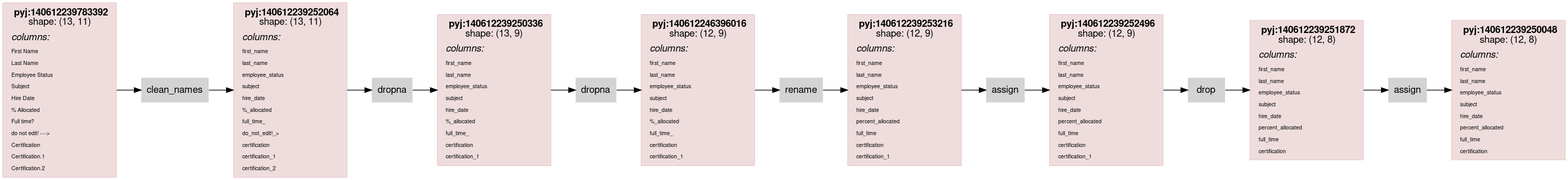
This is scripts/rdflog/dirty-clean.ttl.dot.png from asmirnov69/pyjviz-poc, a Graphviz export, as it was before one commit. Its source is kept beside it as scripts/rdflog/dirty-clean.ttl.dot. The source it was exported from:
```dot
    digraph G {
    rankdir = "LR"
    fontname="Helvetica,Arial,sans-serif"
    node [
      style=filled
      shape=rect
      pencolor="#00000044" // frames color
      fontname="Helvetica,Arial,sans-serif"
      shape=plaintext
    ]
    edge [fontname="Helvetica,Arial,sans-serif"]

node0_0 [
                color="#88000022"
                shape = rect
                label = <<table border="0" cellborder="0" cellspacing="0" cellpadding="4">
                         <tr> <td> <b>pyj:140612239783392</b><br/>shape: (13, 11)</td> </tr>
                         <tr> <td align="left"><i>columns:</i><br align="left"/></td></tr>
                <tr><td align="left"><FONT POINT-SIZE="8px">First Name</FONT></td></tr>
<tr><td align="left"><FONT POINT-SIZE="8px">Last Name</FONT></td></tr>
<tr><td align="left"><FONT POINT-SIZE="8px">Employee Status</FONT></td></tr>
<tr><td align="left"><FONT POINT-SIZE="8px">Subject</FONT></td></tr>
<tr><td align="left"><FONT POINT-SIZE="8px">Hire Date</FONT></td></tr>
<tr><td align="left"><FONT POINT-SIZE="8px">% Allocated</FONT></td></tr>
<tr><td align="left"><FONT POINT-SIZE="8px">Full time?</FONT></td></tr>
<tr><td align="left"><FONT POINT-SIZE="8px">do not edit! ---&gt;</FONT></td></tr>
<tr><td align="left"><FONT POINT-SIZE="8px">Certification</FONT></td></tr>
<tr><td align="left"><FONT POINT-SIZE="8px">Certification.1</FONT></td></tr>
<tr><td align="left"><FONT POINT-SIZE="8px">Certification.2</FONT></td></tr>
                         </table>>
                ];
node0_1 [
                color="#88000022"
                shape = rect
                label = <<table border="0" cellborder="0" cellspacing="0" cellpadding="4">
                         <tr> <td> <b>pyj:140612239252064</b><br/>shape: (13, 11)</td> </tr>
                         <tr> <td align="left"><i>columns:</i><br align="left"/></td></tr>
                <tr><td align="left"><FONT POINT-SIZE="8px">first_name</FONT></td></tr>
<tr><td align="left"><FONT POINT-SIZE="8px">last_name</FONT></td></tr>
<tr><td align="left"><FONT POINT-SIZE="8px">employee_status</FONT></td></tr>
<tr><td align="left"><FONT POINT-SIZE="8px">subject</FONT></td></tr>
<tr><td align="left"><FONT POINT-SIZE="8px">hire_date</FONT></td></tr>
<tr><td align="left"><FONT POINT-SIZE="8px">%_allocated</FONT></td></tr>
<tr><td align="left"><FONT POINT-SIZE="8px">full_time_</FONT></td></tr>
<tr><td align="left"><FONT POINT-SIZE="8px">do_not_edit!_&gt;</FONT></td></tr>
<tr><td align="left"><FONT POINT-SIZE="8px">certification</FONT></td></tr>
<tr><td align="left"><FONT POINT-SIZE="8px">certification_1</FONT></td></tr>
<tr><td align="left"><FONT POINT-SIZE="8px">certification_2</FONT></td></tr>
                         </table>>
                ];
node0_2 [
                color="#88000022"
                shape = rect
                label = <<table border="0" cellborder="0" cellspacing="0" cellpadding="4">
                         <tr> <td> <b>pyj:140612239250336</b><br/>shape: (13, 9)</td> </tr>
                         <tr> <td align="left"><i>columns:</i><br align="left"/></td></tr>
                <tr><td align="left"><FONT POINT-SIZE="8px">first_name</FONT></td></tr>
<tr><td align="left"><FONT POINT-SIZE="8px">last_name</FONT></td></tr>
<tr><td align="left"><FONT POINT-SIZE="8px">employee_status</FONT></td></tr>
<tr><td align="left"><FONT POINT-SIZE="8px">subject</FONT></td></tr>
<tr><td align="left"><FONT POINT-SIZE="8px">hire_date</FONT></td></tr>
<tr><td align="left"><FONT POINT-SIZE="8px">%_allocated</FONT></td></tr>
<tr><td align="left"><FONT POINT-SIZE="8px">full_time_</FONT></td></tr>
<tr><td align="left"><FONT POINT-SIZE="8px">certification</FONT></td></tr>
<tr><td align="left"><FONT POINT-SIZE="8px">certification_1</FONT></td></tr>
                         </table>>
                ];
node0_3 [
                color="#88000022"
                shape = rect
                label = <<table border="0" cellborder="0" cellspacing="0" cellpadding="4">
                         <tr> <td> <b>pyj:140612246396016</b><br/>shape: (12, 9)</td> </tr>
                         <tr> <td align="left"><i>columns:</i><br align="left"/></td></tr>
                <tr><td align="left"><FONT POINT-SIZE="8px">first_name</FONT></td></tr>
<tr><td align="left"><FONT POINT-SIZE="8px">last_name</FONT></td></tr>
<tr><td align="left"><FONT POINT-SIZE="8px">employee_status</FONT></td></tr>
<tr><td align="left"><FONT POINT-SIZE="8px">subject</FONT></td></tr>
<tr><td align="left"><FONT POINT-SIZE="8px">hire_date</FONT></td></tr>
<tr><td align="left"><FONT POINT-SIZE="8px">%_allocated</FONT></td></tr>
<tr><td align="left"><FONT POINT-SIZE="8px">full_time_</FONT></td></tr>
<tr><td align="left"><FONT POINT-SIZE="8px">certification</FONT></td></tr>
<tr><td align="left"><FONT POINT-SIZE="8px">certification_1</FONT></td></tr>
                         </table>>
                ];
node0_4 [
                color="#88000022"
                shape = rect
                label = <<table border="0" cellborder="0" cellspacing="0" cellpadding="4">
                         <tr> <td> <b>pyj:140612239253216</b><br/>shape: (12, 9)</td> </tr>
                         <tr> <td align="left"><i>columns:</i><br align="left"/></td></tr>
                <tr><td align="left"><FONT POINT-SIZE="8px">first_name</FONT></td></tr>
<tr><td align="left"><FONT POINT-SIZE="8px">last_name</FONT></td></tr>
<tr><td align="left"><FONT POINT-SIZE="8px">employee_status</FONT></td></tr>
<tr><td align="left"><FONT POINT-SIZE="8px">subject</FONT></td></tr>
<tr><td align="left"><FONT POINT-SIZE="8px">hire_date</FONT></td></tr>
<tr><td align="left"><FONT POINT-SIZE="8px">percent_allocated</FONT></td></tr>
<tr><td align="left"><FONT POINT-SIZE="8px">full_time</FONT></td></tr>
<tr><td align="left"><FONT POINT-SIZE="8px">certification</FONT></td></tr>
<tr><td align="left"><FONT POINT-SIZE="8px">certification_1</FONT></td></tr>
                         </table>>
                ];
node0_5 [
                color="#88000022"
                shape = rect
                label = <<table border="0" cellborder="0" cellspacing="0" cellpadding="4">
                         <tr> <td> <b>pyj:140612239252496</b><br/>shape: (12, 9)</td> </tr>
                         <tr> <td align="left"><i>columns:</i><br align="left"/></td></tr>
                <tr><td align="left"><FONT POINT-SIZE="8px">first_name</FONT></td></tr>
<tr><td align="left"><FONT POINT-SIZE="8px">last_name</FONT></td></tr>
<tr><td align="left"><FONT POINT-SIZE="8px">employee_status</FONT></td></tr>
<tr><td align="left"><FONT POINT-SIZE="8px">subject</FONT></td></tr>
<tr><td align="left"><FONT POINT-SIZE="8px">hire_date</FONT></td></tr>
<tr><td align="left"><FONT POINT-SIZE="8px">percent_allocated</FONT></td></tr>
<tr><td align="left"><FONT POINT-SIZE="8px">full_time</FONT></td></tr>
<tr><td align="left"><FONT POINT-SIZE="8px">certification</FONT></td></tr>
<tr><td align="left"><FONT POINT-SIZE="8px">certification_1</FONT></td></tr>
                         </table>>
                ];
node0_6 [
                color="#88000022"
                shape = rect
                label = <<table border="0" cellborder="0" cellspacing="0" cellpadding="4">
                         <tr> <td> <b>pyj:140612239251872</b><br/>shape: (12, 8)</td> </tr>
                         <tr> <td align="left"><i>columns:</i><br align="left"/></td></tr>
                <tr><td align="left"><FONT POINT-SIZE="8px">first_name</FONT></td></tr>
<tr><td align="left"><FONT POINT-SIZE="8px">last_name</FONT></td></tr>
<tr><td align="left"><FONT POINT-SIZE="8px">employee_status</FONT></td></tr>
<tr><td align="left"><FONT POINT-SIZE="8px">subject</FONT></td></tr>
<tr><td align="left"><FONT POINT-SIZE="8px">hire_date</FONT></td></tr>
<tr><td align="left"><FONT POINT-SIZE="8px">percent_allocated</FONT></td></tr>
<tr><td align="left"><FONT POINT-SIZE="8px">full_time</FONT></td></tr>
<tr><td align="left"><FONT POINT-SIZE="8px">certification</FONT></td></tr>
                         </table>>
                ];
node0_7 [
                color="#88000022"
                shape = rect
                label = <<table border="0" cellborder="0" cellspacing="0" cellpadding="4">
                         <tr> <td> <b>pyj:140612239250048</b><br/>shape: (12, 8)</td> </tr>
                         <tr> <td align="left"><i>columns:</i><br align="left"/></td></tr>
                <tr><td align="left"><FONT POINT-SIZE="8px">first_name</FONT></td></tr>
<tr><td align="left"><FONT POINT-SIZE="8px">last_name</FONT></td></tr>
<tr><td align="left"><FONT POINT-SIZE="8px">employee_status</FONT></td></tr>
<tr><td align="left"><FONT POINT-SIZE="8px">subject</FONT></td></tr>
<tr><td align="left"><FONT POINT-SIZE="8px">hire_date</FONT></td></tr>
<tr><td align="left"><FONT POINT-SIZE="8px">percent_allocated</FONT></td></tr>
<tr><td align="left"><FONT POINT-SIZE="8px">full_time</FONT></td></tr>
<tr><td align="left"><FONT POINT-SIZE="8px">certification</FONT></td></tr>
                         </table>>
                ];
node0_8 [ label = "clean_names" ];
node0_9 [ label = "dropna" ];
node0_10 [ label = "dropna" ];
node0_11 [ label = "rename" ];
node0_12 [ label = "assign" ];
node0_13 [ label = "drop" ];
node0_14 [ label = "assign" ];
node0_0 -> node0_8;
node0_1 -> node0_9;
node0_2 -> node0_10;
node0_3 -> node0_11;
node0_4 -> node0_12;
node0_5 -> node0_13;
node0_6 -> node0_14;
node0_8 -> node0_1;
node0_9 -> node0_2;
node0_10 -> node0_3;
node0_11 -> node0_4;
node0_12 -> node0_5;
node0_13 -> node0_6;
node0_14 -> node0_7;
}
```
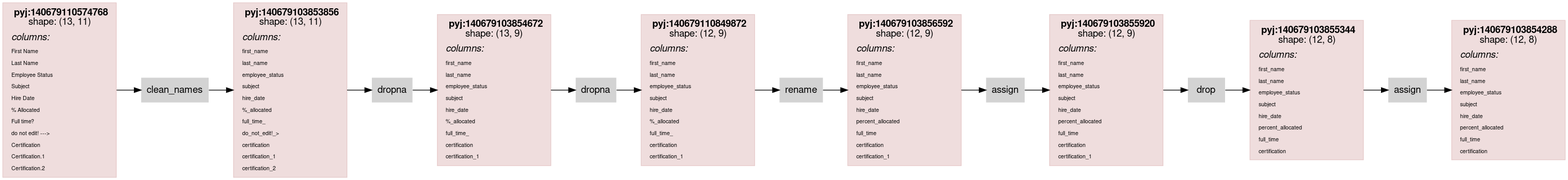
The same diagram one commit later.

What changed in the source:
```diff
@@ -14,7 +14,7 @@
                 color="#88000022"
                 shape = rect
                 label = <<table border="0" cellborder="0" cellspacing="0" cellpadding="4">
-                         <tr> <td> <b>pyj:140612239783392</b><br/>shape: (13, 11)</td> </tr>
+                         <tr> <td> <b>pyj:140679110574768</b><br/>shape: (13, 11)</td> </tr>
                          <tr> <td align="left"><i>columns:</i><br align="left"/></td></tr>
                 <tr><td align="left"><FONT POINT-SIZE="8px">First Name</FONT></td></tr>
 <tr><td align="left"><FONT POINT-SIZE="8px">Last Name</FONT></td></tr>
@@ -33,7 +33,7 @@
                 color="#88000022"
                 shape = rect
                 label = <<table border="0" cellborder="0" cellspacing="0" cellpadding="4">
-                         <tr> <td> <b>pyj:140612239252064</b><br/>shape: (13, 11)</td> </tr>
+                         <tr> <td> <b>pyj:140679103853856</b><br/>shape: (13, 11)</td> </tr>
                          <tr> <td align="left"><i>columns:</i><br align="left"/></td></tr>
                 <tr><td align="left"><FONT POINT-SIZE="8px">first_name</FONT></td></tr>
 <tr><td align="left"><FONT POINT-SIZE="8px">last_name</FONT></td></tr>
@@ -52,7 +52,7 @@
                 color="#88000022"
                 shape = rect
                 label = <<table border="0" cellborder="0" cellspacing="0" cellpadding="4">
-                         <tr> <td> <b>pyj:140612239250336</b><br/>shape: (13, 9)</td> </tr>
+                         <tr> <td> <b>pyj:140679103854672</b><br/>shape: (13, 9)</td> </tr>
                          <tr> <td align="left"><i>columns:</i><br align="left"/></td></tr>
                 <tr><td align="left"><FONT POINT-SIZE="8px">first_name</FONT></td></tr>
 <tr><td align="left"><FONT POINT-SIZE="8px">last_name</FONT></td></tr>
@@ -69,7 +69,7 @@
                 color="#88000022"
                 shape = rect
                 label = <<table border="0" cellborder="0" cellspacing="0" cellpadding="4">
-                         <tr> <td> <b>pyj:140612246396016</b><br/>shape: (12, 9)</td> </tr>
+                         <tr> <td> <b>pyj:140679110849872</b><br/>shape: (12, 9)</td> </tr>
                          <tr> <td align="left"><i>columns:</i><br align="left"/></td></tr>
                 <tr><td align="left"><FONT POINT-SIZE="8px">first_name</FONT></td></tr>
 <tr><td align="left"><FONT POINT-SIZE="8px">last_name</FONT></td></tr>
@@ -86,7 +86,7 @@
                 color="#88000022"
                 shape = rect
                 label = <<table border="0" cellborder="0" cellspacing="0" cellpadding="4">
-                         <tr> <td> <b>pyj:140612239253216</b><br/>shape: (12, 9)</td> </tr>
+                         <tr> <td> <b>pyj:140679103856592</b><br/>shape: (12, 9)</td> </tr>
                          <tr> <td align="left"><i>columns:</i><br align="left"/></td></tr>
                 <tr><td align="left"><FONT POINT-SIZE="8px">first_name</FONT></td></tr>
 <tr><td align="left"><FONT POINT-SIZE="8px">last_name</FONT></td></tr>
@@ -103,7 +103,7 @@
                 color="#88000022"
                 shape = rect
                 label = <<table border="0" cellborder="0" cellspacing="0" cellpadding="4">
-                         <tr> <td> <b>pyj:140612239252496</b><br/>shape: (12, 9)</td> </tr>
+                         <tr> <td> <b>pyj:140679103855920</b><br/>shape: (12, 9)</td> </tr>
                          <tr> <td align="left"><i>columns:</i><br align="left"/></td></tr>
                 <tr><td align="left"><FONT POINT-SIZE="8px">first_name</FONT></td></tr>
 <tr><td align="left"><FONT POINT-SIZE="8px">last_name</FONT></td></tr>
@@ -120,7 +120,7 @@
                 color="#88000022"
                 shape = rect
                 label = <<table border="0" cellborder="0" cellspacing="0" cellpadding="4">
-                         <tr> <td> <b>pyj:140612239251872</b><br/>shape: (12, 8)</td> </tr>
+                         <tr> <td> <b>pyj:140679103855344</b><br/>shape: (12, 8)</td> </tr>
                          <tr> <td align="left"><i>columns:</i><br align="left"/></td></tr>
                 <tr><td align="left"><FONT POINT-SIZE="8px">first_name</FONT></td></tr>
 <tr><td align="left"><FONT POINT-SIZE="8px">last_name</FONT></td></tr>
@@ -136,7 +136,7 @@
                 color="#88000022"
                 shape = rect
                 label = <<table border="0" cellborder="0" cellspacing="0" cellpadding="4">
-                         <tr> <td> <b>pyj:140612239250048</b><br/>shape: (12, 8)</td> </tr>
+                         <tr> <td> <b>pyj:140679103854288</b><br/>shape: (12, 8)</td> </tr>
                          <tr> <td align="left"><i>columns:</i><br align="left"/></td></tr>
                 <tr><td align="left"><FONT POINT-SIZE="8px">first_name</FONT></td></tr>
 <tr><td align="left"><FONT POINT-SIZE="8px">last_name</FONT></td></tr>
```
